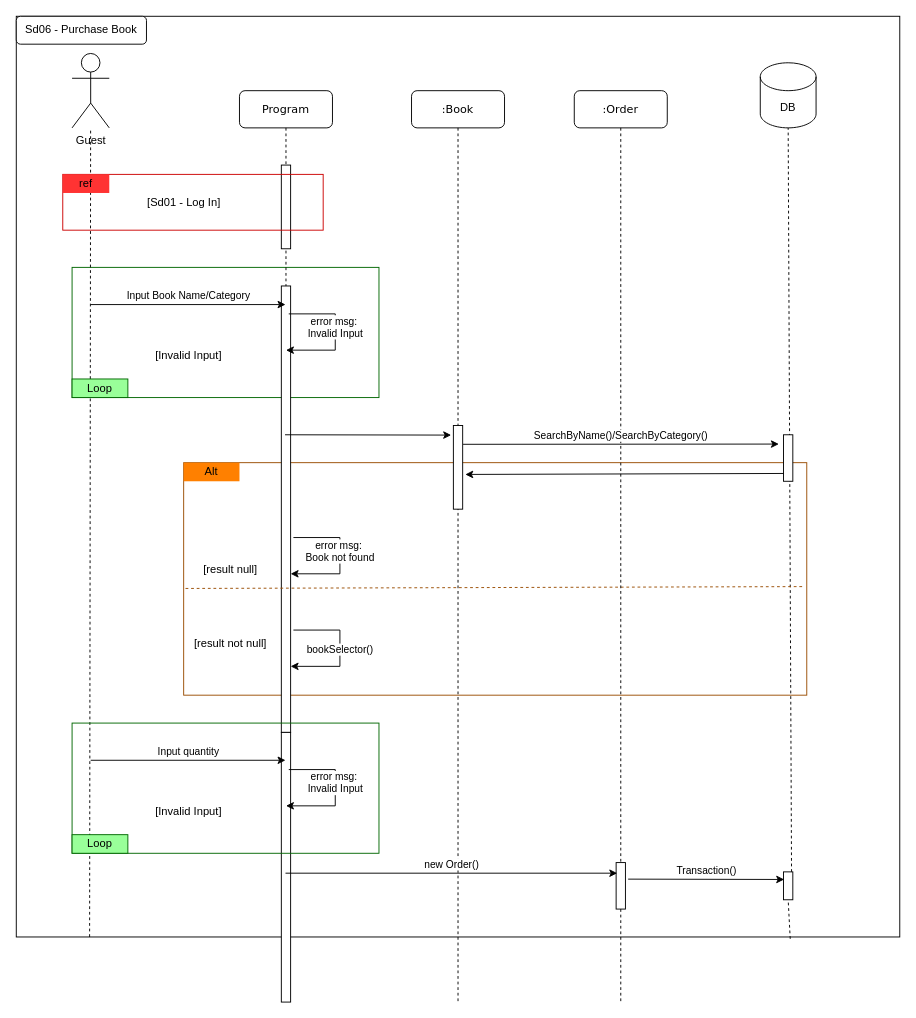
starven333/ShopProject keeps this draw.io diagram as page "Purchase Book" (7 of 7) of Diagrams/SequenceDiagram.drawio. Above is the earlier version. Source tidied: cells renumbered, new cells numbered last; positions are measured from the earlier drawing's top-left corner, leaving out a move shared by most shapes. Both pictures are drawn from the tidied source at 93%, with x=0, y=0 at pixel (16, 16).
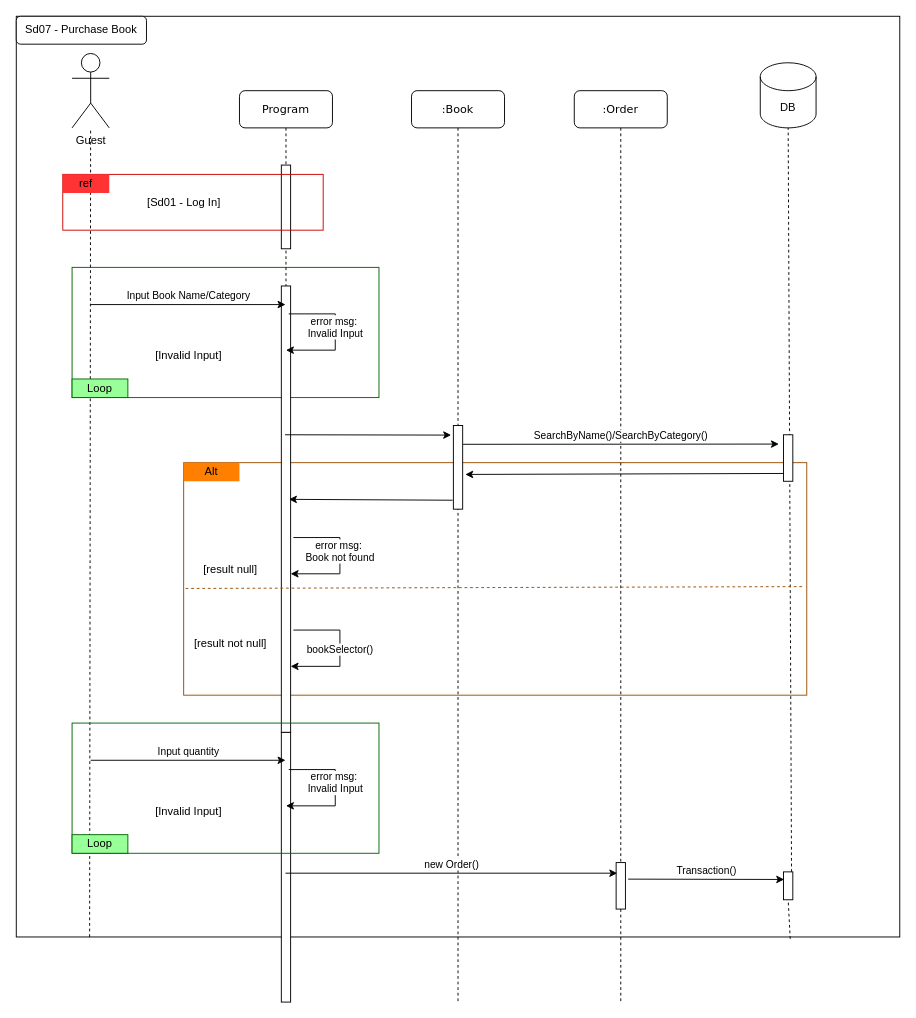
After the change.

Unchanged cells that the change refers to:
```xml
<mxCell id="6" style="html=1;points=[];perimeter=orthogonalPerimeter;rounded=0;shadow=0;comic=0;labelBackgroundColor=none;strokeWidth=1;fontFamily=Verdana;fontSize=12;align=center;" parent="5" vertex="1">
  <mxGeometry x="45" y="210" width="10" height="480" as="geometry" />
</mxCell>
<mxCell id="13" style="html=1;points=[];perimeter=orthogonalPerimeter;rounded=0;shadow=0;comic=0;labelBackgroundColor=none;strokeWidth=1;fontFamily=Verdana;fontSize=12;align=center;" parent="12" vertex="1">
  <mxGeometry x="45" y="360" width="10" height="90" as="geometry" />
</mxCell>
```

What changed in the source:
```diff
@@
-    <mxCell id="27" value="Sd06 - Purchase Book" style="rounded=1;whiteSpace=wrap;html=1;" parent="1" vertex="1">
+    <mxCell id="27" value="Sd07 - Purchase Book" style="rounded=1;whiteSpace=wrap;html=1;" parent="1" vertex="1">
       <mxGeometry width="140" height="30" as="geometry" />
     </mxCell>
@@
+    <mxCell id="44" style="endArrow=classic;html=1;rounded=0;exitX=-0.08;exitY=0.893;exitDx=0;exitDy=0;exitPerimeter=0;entryX=0.82;entryY=0.478;entryDx=0;entryDy=0;entryPerimeter=0;" parent="1" edge="1" source="13" target="6">
+      <mxGeometry relative="1" as="geometry" />
+    </mxCell>
```
